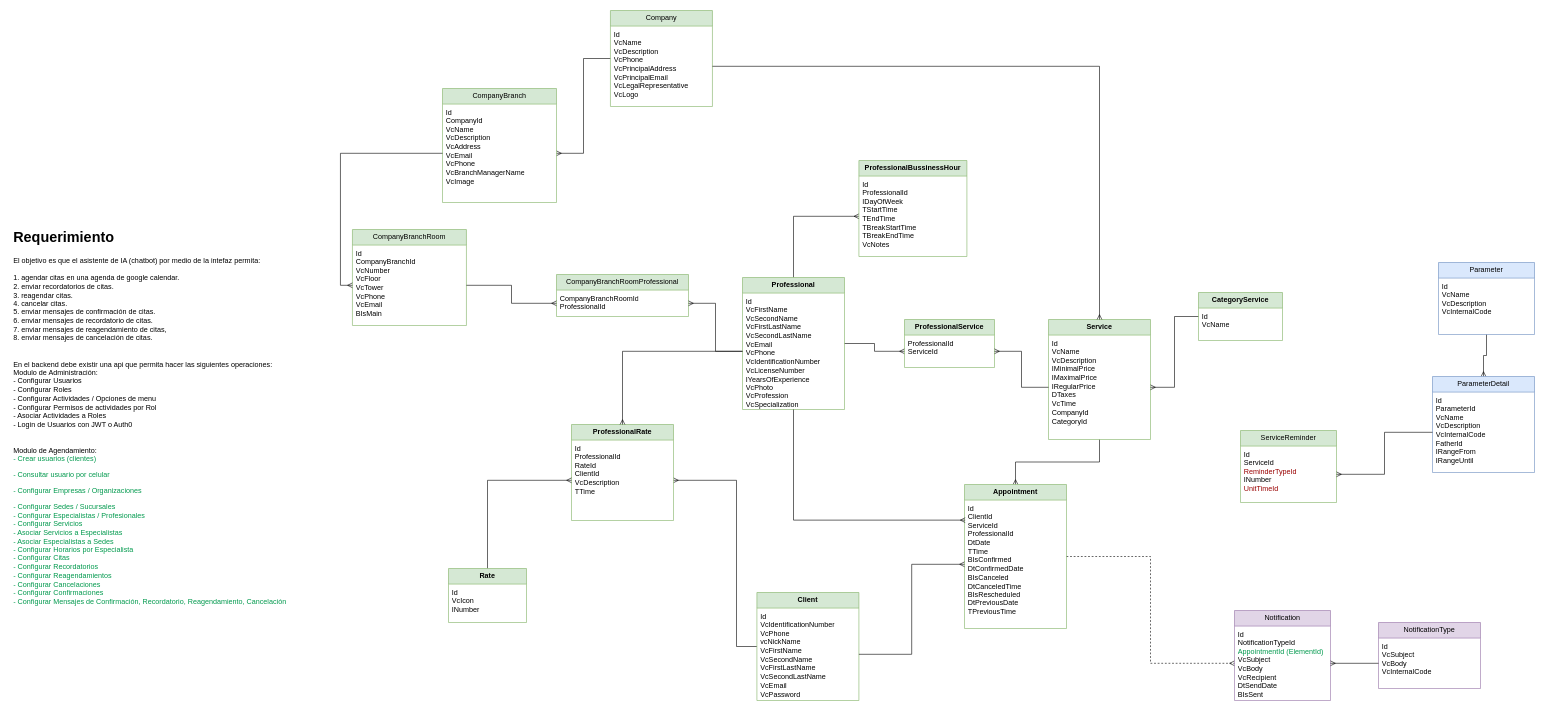
Above: BD/Diagrama de Modelo de Datos.drawio in camilocalderont/boki-api (draw.io), before the change. Source tidied: cells renumbered, new cells numbered last; positions are measured from the earlier drawing's top-left corner, leaving out a move shared by most shapes. Both pictures are drawn from the tidied source at 60%, with x=0, y=0 at pixel (10, 10).
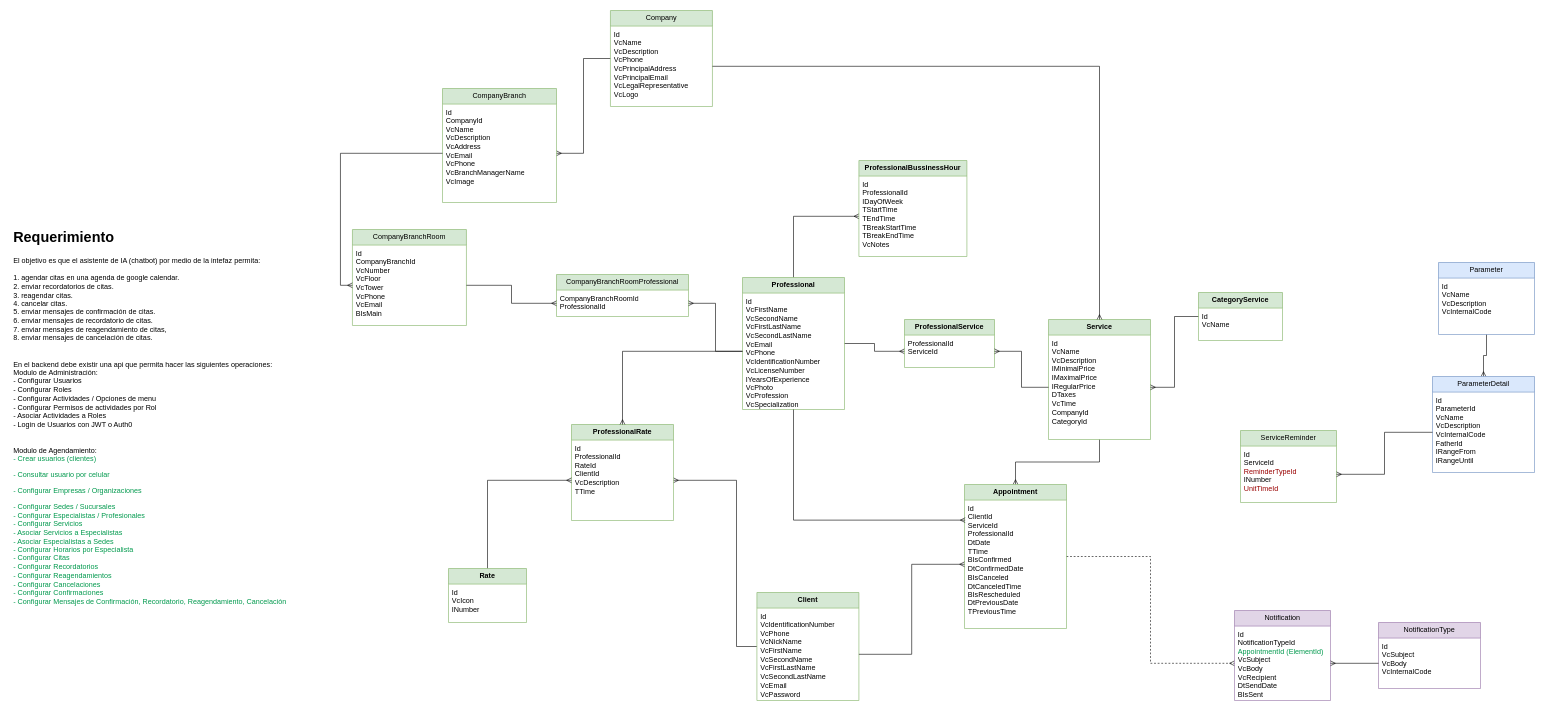
The same diagram, later.

Unchanged cells that the change refers to:
```xml
<mxCell id="28" value="&lt;b&gt;Client&lt;/b&gt;" style="swimlane;fontStyle=0;horizontal=1;startSize=26;fillColor=#d5e8d4;whiteSpace=wrap;html=1;strokeColor=#82b366;" parent="1" vertex="1">
  <mxGeometry x="1244" y="970" width="170" height="180" as="geometry" />
</mxCell>
```

The edit, as a diff of the source:
```diff
@@
-    <mxCell id="29" value="Id&lt;br&gt;VcIdentificationNumber&lt;br&gt;VcPhone&lt;br&gt;vcNickName&lt;br&gt;VcFirstName&lt;br&gt;VcSecondName&lt;br&gt;VcFirstLastName&lt;br&gt;VcSecondLastName&lt;br&gt;VcEmail&lt;br&gt;&lt;div&gt;VcPassword&lt;/div&gt;" style="text;strokeColor=none;fillColor=none;align=left;verticalAlign=top;spacingLeft=4;spacingRight=4;overflow=hidden;points=[[0,0.5],[1,0.5]];portConstraint=eastwest;whiteSpace=wrap;html=1;" parent="28" vertex="1">
+    <mxCell id="29" value="Id&lt;br&gt;VcIdentificationNumber&lt;br&gt;VcPhone&lt;br&gt;VcNickName&lt;br&gt;VcFirstName&lt;br&gt;VcSecondName&lt;br&gt;VcFirstLastName&lt;br&gt;VcSecondLastName&lt;br&gt;VcEmail&lt;br&gt;&lt;div&gt;VcPassword&lt;/div&gt;" style="text;strokeColor=none;fillColor=none;align=left;verticalAlign=top;spacingLeft=4;spacingRight=4;overflow=hidden;points=[[0,0.5],[1,0.5]];portConstraint=eastwest;whiteSpace=wrap;html=1;" parent="28" vertex="1">
       <mxGeometry y="26" width="170" height="154" as="geometry" />
     </mxCell>
```
